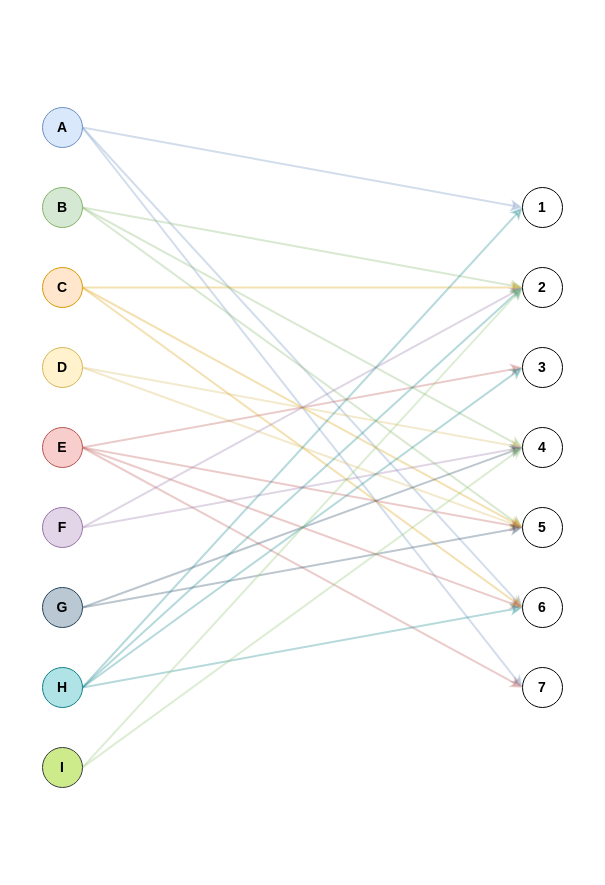
Before: HW9_3.drawio in edwardayala/Diagrams, a draw.io diagram. Source tidied: cells renumbered, new cells numbered last; positions are measured from the earlier drawing's top-left corner, leaving out a move shared by most shapes. Both pictures are drawn from the tidied source at 100%, with x=0, y=0 at pixel (42, 107).
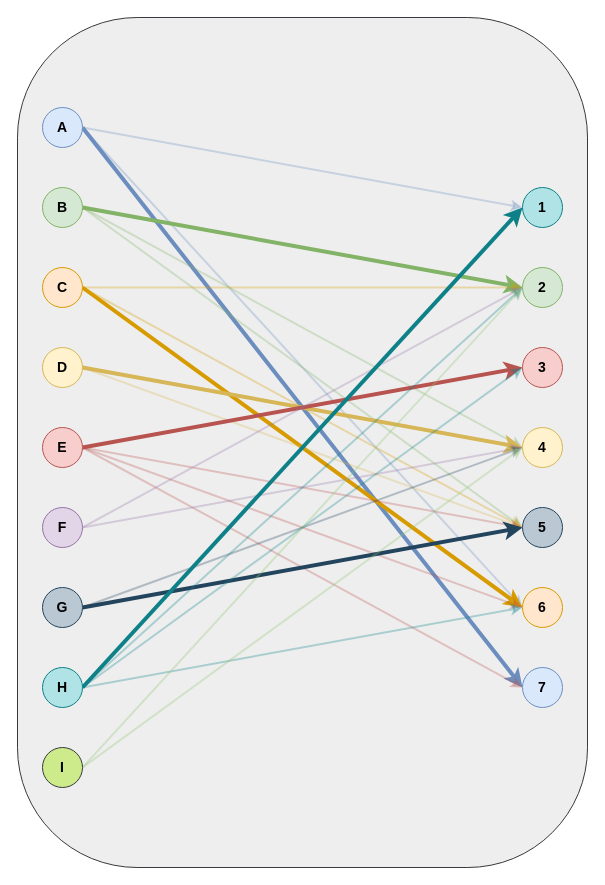
The same diagram, later.

The change refers to these unchanged cells:
```xml
<mxCell id="5" value="&lt;b&gt;&lt;font style=&quot;font-size: 14px&quot;&gt;A&lt;/font&gt;&lt;/b&gt;" style="ellipse;whiteSpace=wrap;html=1;fillColor=#dae8fc;strokeColor=#6c8ebf;" parent="1" vertex="1">
  <mxGeometry width="40" height="40" as="geometry" />
</mxCell>
<mxCell id="9" value="&lt;b style=&quot;white-space: normal&quot;&gt;&lt;font style=&quot;font-size: 14px&quot;&gt;B&lt;/font&gt;&lt;/b&gt;" style="ellipse;whiteSpace=wrap;html=1;fillColor=#d5e8d4;strokeColor=#82b366;" parent="1" vertex="1">
  <mxGeometry y="80" width="40" height="40" as="geometry" />
</mxCell>
<mxCell id="13" value="&lt;b style=&quot;white-space: normal&quot;&gt;&lt;font style=&quot;font-size: 14px&quot;&gt;C&lt;/font&gt;&lt;/b&gt;" style="ellipse;whiteSpace=wrap;html=1;fillColor=#ffe6cc;strokeColor=#d79b00;" parent="1" vertex="1">
  <mxGeometry y="160" width="40" height="40" as="geometry" />
</mxCell>
<mxCell id="16" value="&lt;b style=&quot;white-space: normal&quot;&gt;&lt;font style=&quot;font-size: 14px&quot;&gt;D&lt;/font&gt;&lt;/b&gt;" style="ellipse;whiteSpace=wrap;html=1;fillColor=#fff2cc;strokeColor=#d6b656;" parent="1" vertex="1">
  <mxGeometry y="240" width="40" height="40" as="geometry" />
</mxCell>
<mxCell id="21" value="&lt;b style=&quot;white-space: normal&quot;&gt;&lt;font style=&quot;font-size: 14px&quot;&gt;E&lt;/font&gt;&lt;/b&gt;" style="ellipse;whiteSpace=wrap;html=1;fillColor=#f8cecc;strokeColor=#b85450;" parent="1" vertex="1">
  <mxGeometry y="320" width="40" height="40" as="geometry" />
</mxCell>
<mxCell id="27" value="&lt;span style=&quot;font-size: 14px&quot;&gt;&lt;b&gt;G&lt;/b&gt;&lt;/span&gt;" style="ellipse;whiteSpace=wrap;html=1;fillColor=#bac8d3;strokeColor=#23445d;" parent="1" vertex="1">
  <mxGeometry y="480" width="40" height="40" as="geometry" />
</mxCell>
<mxCell id="32" value="&lt;span style=&quot;font-size: 14px&quot;&gt;&lt;b&gt;H&lt;/b&gt;&lt;/span&gt;" style="ellipse;whiteSpace=wrap;html=1;fillColor=#b0e3e6;strokeColor=#0e8088;" parent="1" vertex="1">
  <mxGeometry y="560" width="40" height="40" as="geometry" />
</mxCell>
```

What changed in the source:
```diff
@@
+    <mxCell id="43" style="rounded=1;whiteSpace=wrap;html=1;arcSize=21;fillColor=#eeeeee;strokeColor=#36393d;" parent="1" vertex="1">
+      <mxGeometry x="-25" y="-90" width="570" height="850" as="geometry" />
+    </mxCell>
@@
-    <mxCell id="4" style="edgeStyle=none;rounded=0;jettySize=auto;html=1;exitX=1;exitY=0.5;exitDx=0;exitDy=0;entryX=0;entryY=0.5;entryDx=0;entryDy=0;opacity=30;fillColor=#dae8fc;strokeColor=#6c8ebf;strokeWidth=2;" parent="1" edge="1" source="5" target="42">
+    <mxCell id="4" style="edgeStyle=none;rounded=0;jettySize=auto;html=1;exitX=1;exitY=0.5;exitDx=0;exitDy=0;entryX=0;entryY=0.5;entryDx=0;entryDy=0;fillColor=#dae8fc;strokeColor=#6c8ebf;strokeWidth=4;" parent="1" edge="1" source="5" target="42">
       <mxGeometry relative="1" as="geometry" />
     </mxCell>
@@
-    <mxCell id="6" style="edgeStyle=none;rounded=0;jettySize=auto;html=1;exitX=1;exitY=0.5;exitDx=0;exitDy=0;entryX=0;entryY=0.5;entryDx=0;entryDy=0;opacity=30;fillColor=#d5e8d4;strokeColor=#82b366;strokeWidth=2;" parent="1" edge="1" source="9" target="37">
+    <mxCell id="6" style="edgeStyle=none;rounded=0;jettySize=auto;html=1;exitX=1;exitY=0.5;exitDx=0;exitDy=0;entryX=0;entryY=0.5;entryDx=0;entryDy=0;fillColor=#d5e8d4;strokeColor=#82b366;strokeWidth=4;" parent="1" edge="1" source="9" target="37">
       <mxGeometry relative="1" as="geometry" />
     </mxCell>
@@
-    <mxCell id="12" style="edgeStyle=none;rounded=0;jettySize=auto;html=1;exitX=1;exitY=0.5;exitDx=0;exitDy=0;entryX=0;entryY=0.5;entryDx=0;entryDy=0;opacity=30;fillColor=#ffe6cc;strokeColor=#d79b00;strokeWidth=2;" parent="1" edge="1" source="13" target="41">
+    <mxCell id="12" style="edgeStyle=none;rounded=0;jettySize=auto;html=1;exitX=1;exitY=0.5;exitDx=0;exitDy=0;entryX=0;entryY=0.5;entryDx=0;entryDy=0;fillColor=#ffe6cc;strokeColor=#d79b00;strokeWidth=4;" parent="1" edge="1" source="13" target="41">
       <mxGeometry relative="1" as="geometry" />
     </mxCell>
@@
-    <mxCell id="14" style="edgeStyle=none;rounded=0;jettySize=auto;html=1;exitX=1;exitY=0.5;exitDx=0;exitDy=0;opacity=30;entryX=0;entryY=0.5;entryDx=0;entryDy=0;fillColor=#fff2cc;strokeColor=#d6b656;strokeWidth=2;" parent="1" edge="1" source="16" target="39">
+    <mxCell id="14" style="edgeStyle=none;rounded=0;jettySize=auto;html=1;exitX=1;exitY=0.5;exitDx=0;exitDy=0;entryX=0;entryY=0.5;entryDx=0;entryDy=0;fillColor=#fff2cc;strokeColor=#d6b656;strokeWidth=4;" parent="1" edge="1" source="16" target="39">
       <mxGeometry relative="1" as="geometry" />
     </mxCell>
@@
-    <mxCell id="17" style="edgeStyle=none;rounded=0;jettySize=auto;html=1;exitX=1;exitY=0.5;exitDx=0;exitDy=0;entryX=0;entryY=0.5;entryDx=0;entryDy=0;opacity=30;fillColor=#f8cecc;strokeColor=#b85450;strokeWidth=2;" parent="1" edge="1" source="21" target="38">
+    <mxCell id="17" style="edgeStyle=none;rounded=0;jettySize=auto;html=1;exitX=1;exitY=0.5;exitDx=0;exitDy=0;entryX=0;entryY=0.5;entryDx=0;entryDy=0;fillColor=#f8cecc;strokeColor=#b85450;strokeWidth=4;" parent="1" edge="1" source="21" target="38">
       <mxGeometry relative="1" as="geometry" />
     </mxCell>
@@
-    <mxCell id="26" style="edgeStyle=none;rounded=0;jettySize=auto;html=1;exitX=1;exitY=0.5;exitDx=0;exitDy=0;entryX=0;entryY=0.5;entryDx=0;entryDy=0;opacity=30;fillColor=#bac8d3;strokeColor=#23445d;strokeWidth=2;" parent="1" edge="1" source="27" target="40">
+    <mxCell id="26" style="edgeStyle=none;rounded=0;jettySize=auto;html=1;exitX=1;exitY=0.5;exitDx=0;exitDy=0;entryX=0;entryY=0.5;entryDx=0;entryDy=0;fillColor=#bac8d3;strokeColor=#23445d;strokeWidth=4;" parent="1" edge="1" source="27" target="40">
       <mxGeometry relative="1" as="geometry" />
     </mxCell>
@@
-    <mxCell id="28" style="edgeStyle=none;rounded=0;jettySize=auto;html=1;exitX=1;exitY=0.5;exitDx=0;exitDy=0;entryX=0;entryY=0.5;entryDx=0;entryDy=0;opacity=30;fillColor=#cce5ff;strokeColor=#0E8088;strokeWidth=2;" parent="1" edge="1" source="32" target="36">
+    <mxCell id="28" style="edgeStyle=none;rounded=0;jettySize=auto;html=1;exitX=1;exitY=0.5;exitDx=0;exitDy=0;entryX=0;entryY=0.5;entryDx=0;entryDy=0;fillColor=#cce5ff;strokeColor=#0E8088;strokeWidth=4;" parent="1" edge="1" source="32" target="36">
       <mxGeometry relative="1" as="geometry" />
     </mxCell>
@@
-    <mxCell id="36" value="&lt;b&gt;&lt;font style=&quot;font-size: 14px&quot;&gt;1&lt;/font&gt;&lt;/b&gt;" style="ellipse;whiteSpace=wrap;html=1;" parent="1" vertex="1">
+    <mxCell id="36" value="&lt;b&gt;&lt;font style=&quot;font-size: 14px&quot;&gt;1&lt;/font&gt;&lt;/b&gt;" style="ellipse;whiteSpace=wrap;html=1;fillColor=#b0e3e6;strokeColor=#0e8088;" parent="1" vertex="1">
       <mxGeometry x="480" y="80" width="40" height="40" as="geometry" />
     </mxCell>
-    <mxCell id="37" value="&lt;b style=&quot;white-space: normal&quot;&gt;&lt;font style=&quot;font-size: 14px&quot;&gt;2&lt;/font&gt;&lt;/b&gt;" style="ellipse;whiteSpace=wrap;html=1;" parent="1" vertex="1">
+    <mxCell id="37" value="&lt;b style=&quot;white-space: normal&quot;&gt;&lt;font style=&quot;font-size: 14px&quot;&gt;2&lt;/font&gt;&lt;/b&gt;" style="ellipse;whiteSpace=wrap;html=1;fillColor=#d5e8d4;strokeColor=#82b366;" parent="1" vertex="1">
       <mxGeometry x="480" y="160" width="40" height="40" as="geometry" />
     </mxCell>
-    <mxCell id="38" value="&lt;b style=&quot;white-space: normal&quot;&gt;&lt;font style=&quot;font-size: 14px&quot;&gt;3&lt;/font&gt;&lt;/b&gt;" style="ellipse;whiteSpace=wrap;html=1;" parent="1" vertex="1">
+    <mxCell id="38" value="&lt;b style=&quot;white-space: normal&quot;&gt;&lt;font style=&quot;font-size: 14px&quot;&gt;3&lt;/font&gt;&lt;/b&gt;" style="ellipse;whiteSpace=wrap;html=1;fillColor=#f8cecc;strokeColor=#b85450;" parent="1" vertex="1">
       <mxGeometry x="480" y="240" width="40" height="40" as="geometry" />
     </mxCell>
-    <mxCell id="39" value="&lt;b style=&quot;white-space: normal&quot;&gt;&lt;font style=&quot;font-size: 14px&quot;&gt;4&lt;/font&gt;&lt;/b&gt;" style="ellipse;whiteSpace=wrap;html=1;" parent="1" vertex="1">
+    <mxCell id="39" value="&lt;b style=&quot;white-space: normal&quot;&gt;&lt;font style=&quot;font-size: 14px&quot;&gt;4&lt;/font&gt;&lt;/b&gt;" style="ellipse;whiteSpace=wrap;html=1;fillColor=#fff2cc;strokeColor=#d6b656;" parent="1" vertex="1">
       <mxGeometry x="480" y="320" width="40" height="40" as="geometry" />
     </mxCell>
-    <mxCell id="40" value="&lt;b style=&quot;white-space: normal&quot;&gt;&lt;font style=&quot;font-size: 14px&quot;&gt;5&lt;/font&gt;&lt;/b&gt;" style="ellipse;whiteSpace=wrap;html=1;" parent="1" vertex="1">
+    <mxCell id="40" value="&lt;b style=&quot;white-space: normal&quot;&gt;&lt;font style=&quot;font-size: 14px&quot;&gt;5&lt;/font&gt;&lt;/b&gt;" style="ellipse;whiteSpace=wrap;html=1;fillColor=#bac8d3;strokeColor=#23445d;" parent="1" vertex="1">
       <mxGeometry x="480" y="400" width="40" height="40" as="geometry" />
     </mxCell>
-    <mxCell id="41" value="&lt;span style=&quot;font-size: 14px&quot;&gt;&lt;b&gt;6&lt;/b&gt;&lt;/span&gt;" style="ellipse;whiteSpace=wrap;html=1;" parent="1" vertex="1">
+    <mxCell id="41" value="&lt;span style=&quot;font-size: 14px&quot;&gt;&lt;b&gt;6&lt;/b&gt;&lt;/span&gt;" style="ellipse;whiteSpace=wrap;html=1;fillColor=#ffe6cc;strokeColor=#d79b00;" parent="1" vertex="1">
       <mxGeometry x="480" y="480" width="40" height="40" as="geometry" />
     </mxCell>
-    <mxCell id="42" value="&lt;span style=&quot;font-size: 14px&quot;&gt;&lt;b&gt;7&lt;/b&gt;&lt;/span&gt;" style="ellipse;whiteSpace=wrap;html=1;" parent="1" vertex="1">
+    <mxCell id="42" value="&lt;span style=&quot;font-size: 14px&quot;&gt;&lt;b&gt;7&lt;/b&gt;&lt;/span&gt;" style="ellipse;whiteSpace=wrap;html=1;fillColor=#dae8fc;strokeColor=#6c8ebf;" parent="1" vertex="1">
       <mxGeometry x="480" y="560" width="40" height="40" as="geometry" />
     </mxCell>
```
